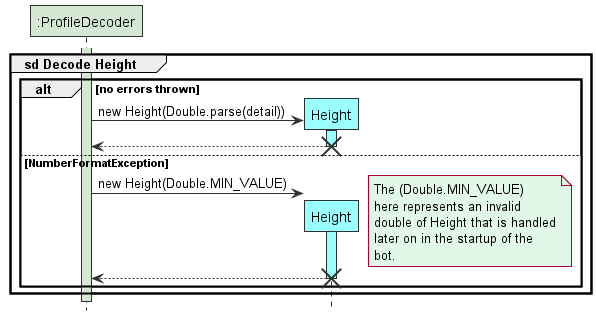
The PlantUML diagram docs/images/DecodeHeight.png in tryyang2001/tp, before a commit. Its diagram source:
```plantuml
@startuml

!include style.puml
hide footbox

group sd Decode Height
participant ":ProfileDecoder" As ProfileDecoder STORAGE_COLOUR
participant Height DATA_COLOUR

activate ProfileDecoder STORAGE_COLOUR
alt no errors thrown
ProfileDecoder -> Height ** DATA_COLOUR: new Height(Double.parse(detail))
activate Height DATA_COLOUR
    Height --> ProfileDecoder
deactivate
destroy Height
else NumberFormatException
ProfileDecoder -> Height ** DATA_COLOUR: new Height(Double.MIN_VALUE)
note right STORAGE_FADED_COLOUR: The (Double.MIN_VALUE) \nhere represents an invalid\ndouble of Height that is handled\nlater on in the startup of the \nbot.

activate Height DATA_COLOUR
    Height --> ProfileDecoder
deactivate
destroy Height

end

end
@enduml
```
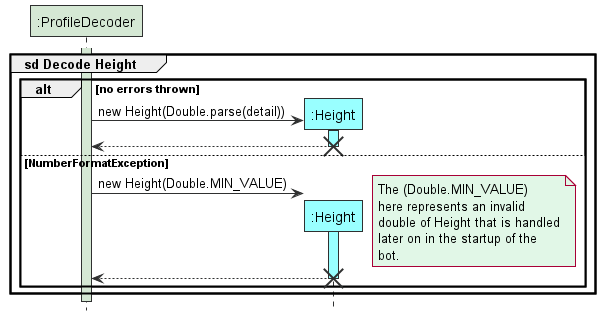
The same file after the commit.

Diff of the diagram source:
```diff
@@ -5,7 +5,7 @@
 
 group sd Decode Height
 participant ":ProfileDecoder" As ProfileDecoder STORAGE_COLOUR
-participant Height DATA_COLOUR
+participant ":Height" As Height DATA_COLOUR
 
 activate ProfileDecoder STORAGE_COLOUR
 alt no errors thrown
```
